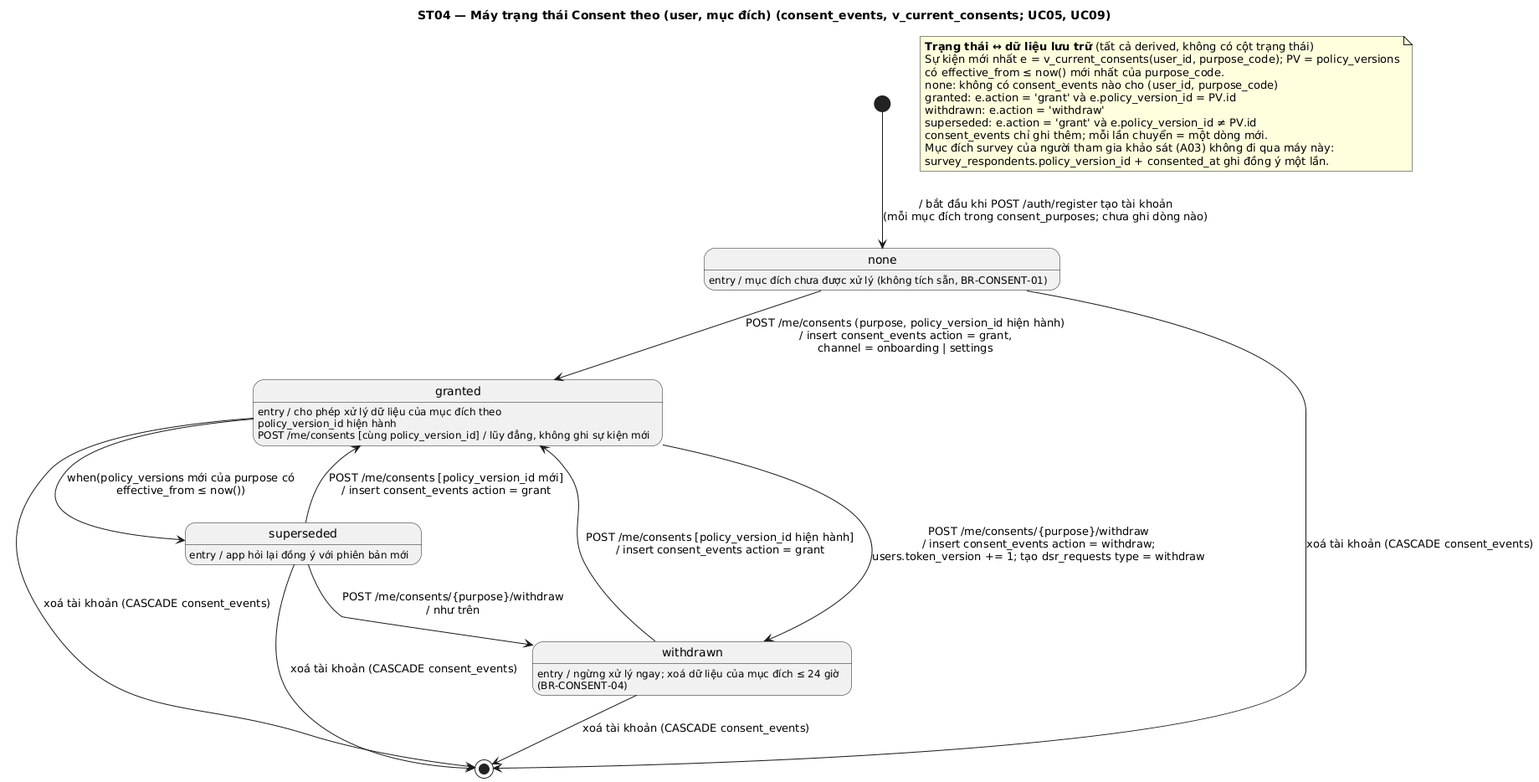
Before: docs/uml/out/state/ST04-consent.png, a diagram exported from PlantUML (NamBuw/Tastoria). The source it was exported from:
```plantuml
@startuml
title ST04 — Máy trạng thái Consent theo (user, mục đích) (consent_events, v_current_consents; UC05, UC09)
hide empty description

state "none" as none : entry / mục đích chưa được xử lý (không tích sẵn, BR-CONSENT-01)
state "granted" as granted : entry / cho phép xử lý dữ liệu của mục đích theo\npolicy_version_id hiện hành
state "withdrawn" as withdrawn : entry / ngừng xử lý ngay; xoá dữ liệu của mục đích ≤ 24 giờ\n(BR-CONSENT-04)
granted : POST /me/consents [cùng policy_version_id] / lũy đẳng, không ghi sự kiện mới
state "superseded" as superseded : entry / app hỏi lại đồng ý với phiên bản mới

[*] --> none : / bắt đầu khi POST /auth/register tạo tài khoản\n(mỗi mục đích trong consent_purposes; chưa ghi dòng nào)
none --> granted : POST /me/consents (purpose, policy_version_id hiện hành)\n/ insert consent_events action = grant,\nchannel = onboarding | settings
granted --> withdrawn : POST /me/consents/{purpose}/withdraw\n/ insert consent_events action = withdraw;\nusers.token_version += 1; tạo dsr_requests type = withdraw
withdrawn --> granted : POST /me/consents [policy_version_id hiện hành]\n/ insert consent_events action = grant
granted --> superseded : when(policy_versions mới của purpose có\neffective_from ≤ now())
superseded --> granted : POST /me/consents [policy_version_id mới]\n/ insert consent_events action = grant
superseded --> withdrawn : POST /me/consents/{purpose}/withdraw\n/ như trên
none --> [*] : xoá tài khoản (CASCADE consent_events)
granted --> [*] : xoá tài khoản (CASCADE consent_events)
withdrawn --> [*] : xoá tài khoản (CASCADE consent_events)
superseded --> [*] : xoá tài khoản (CASCADE consent_events)

note as Nmap
  <b>Trạng thái ↔ dữ liệu lưu trữ</b> (tất cả derived, không có cột trạng thái)
  Sự kiện mới nhất e = v_current_consents(user_id, purpose_code); PV = policy_versions
  có effective_from ≤ now() mới nhất của purpose_code.
  none: không có consent_events nào cho (user_id, purpose_code)
  granted: e.action = 'grant' và e.policy_version_id = PV.id
  withdrawn: e.action = 'withdraw'
  superseded: e.action = 'grant' và e.policy_version_id ≠ PV.id
  consent_events chỉ ghi thêm; mỗi lần chuyển = một dòng mới.
  Mục đích survey của người tham gia khảo sát (A03) không đi qua máy này:
  survey_respondents.policy_version_id + consented_at ghi đồng ý một lần.
end note
@enduml
```
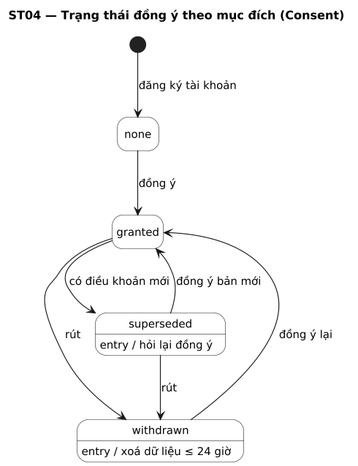
Above is the later version.

What changed in the source:
```diff
@@ -1,35 +1,23 @@
 @startuml
-title ST04 — Máy trạng thái Consent theo (user, mục đích) (consent_events, v_current_consents; UC05, UC09)
+title ST04 — Trạng thái đồng ý theo mục đích (Consent)
+skinparam shadowing false
+skinparam defaultFontName DejaVu Sans
+skinparam defaultFontSize 13
+skinparam dpi 110
+
 hide empty description
+skinparam StateBackgroundColor White
 
-state "none" as none : entry / mục đích chưa được xử lý (không tích sẵn, BR-CONSENT-01)
-state "granted" as granted : entry / cho phép xử lý dữ liệu của mục đích theo\npolicy_version_id hiện hành
-state "withdrawn" as withdrawn : entry / ngừng xử lý ngay; xoá dữ liệu của mục đích ≤ 24 giờ\n(BR-CONSENT-04)
-granted : POST /me/consents [cùng policy_version_id] / lũy đẳng, không ghi sự kiện mới
-state "superseded" as superseded : entry / app hỏi lại đồng ý với phiên bản mới
+state "none" as none
+state "granted" as granted
+state "withdrawn" as withdrawn : entry / xoá dữ liệu ≤ 24 giờ
+state "superseded" as superseded : entry / hỏi lại đồng ý
 
-[*] --> none : / bắt đầu khi POST /auth/register tạo tài khoản\n(mỗi mục đích trong consent_purposes; chưa ghi dòng nào)
-none --> granted : POST /me/consents (purpose, policy_version_id hiện hành)\n/ insert consent_events action = grant,\nchannel = onboarding | settings
-granted --> withdrawn : POST /me/consents/{purpose}/withdraw\n/ insert consent_events action = withdraw;\nusers.token_version += 1; tạo dsr_requests type = withdraw
-withdrawn --> granted : POST /me/consents [policy_version_id hiện hành]\n/ insert consent_events action = grant
-granted --> superseded : when(policy_versions mới của purpose có\neffective_from ≤ now())
-superseded --> granted : POST /me/consents [policy_version_id mới]\n/ insert consent_events action = grant
-superseded --> withdrawn : POST /me/consents/{purpose}/withdraw\n/ như trên
-none --> [*] : xoá tài khoản (CASCADE consent_events)
-granted --> [*] : xoá tài khoản (CASCADE consent_events)
-withdrawn --> [*] : xoá tài khoản (CASCADE consent_events)
-superseded --> [*] : xoá tài khoản (CASCADE consent_events)
-
-note as Nmap
-  <b>Trạng thái ↔ dữ liệu lưu trữ</b> (tất cả derived, không có cột trạng thái)
-  Sự kiện mới nhất e = v_current_consents(user_id, purpose_code); PV = policy_versions
-  có effective_from ≤ now() mới nhất của purpose_code.
-  none: không có consent_events nào cho (user_id, purpose_code)
-  granted: e.action = 'grant' và e.policy_version_id = PV.id
-  withdrawn: e.action = 'withdraw'
-  superseded: e.action = 'grant' và e.policy_version_id ≠ PV.id
-  consent_events chỉ ghi thêm; mỗi lần chuyển = một dòng mới.
-  Mục đích survey của người tham gia khảo sát (A03) không đi qua máy này:
-  survey_respondents.policy_version_id + consented_at ghi đồng ý một lần.
-end note
+[*] --> none : đăng ký tài khoản
+none --> granted : đồng ý
+granted --> withdrawn : rút
+withdrawn --> granted : đồng ý lại
+granted --> superseded : có điều khoản mới
+superseded --> granted : đồng ý bản mới
+superseded --> withdrawn : rút
 @enduml
```
